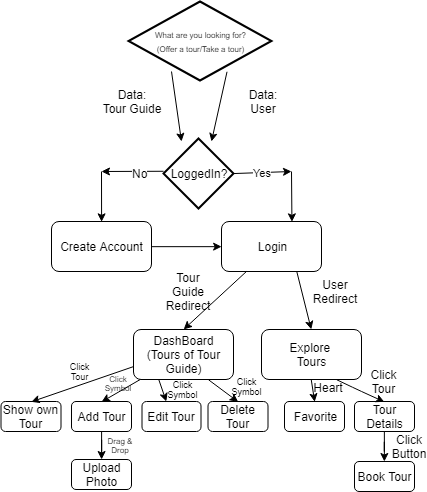
Earlier version of the draw.io export Application States/Wunderlust.png (wanderlust-1-0/wanderlust-FE). Source tidied: cells renumbered, new cells last; positions are measured from the earlier drawing's top-left corner, leaving out a move shared by most shapes. Source of this version:
```xml
<mxGraphModel>
  <root>
    <mxCell id="0" />
    <mxCell id="1" parent="0" />
    <mxCell id="2" value="Data:&lt;br&gt;User&lt;br&gt;" style="text;html=1;strokeColor=none;fillColor=none;align=center;verticalAlign=middle;whiteSpace=wrap;rounded=0;" parent="1" vertex="1">
      <mxGeometry x="221" y="90" width="80" height="20" as="geometry" />
    </mxCell>
    <mxCell id="3" value="Data:&lt;br&gt;Tour Guide&lt;br&gt;" style="text;html=1;strokeColor=none;fillColor=none;align=center;verticalAlign=middle;whiteSpace=wrap;rounded=0;" parent="1" vertex="1">
      <mxGeometry x="90" y="90" width="80" height="20" as="geometry" />
    </mxCell>
    <mxCell id="4" value="LoggedIn?" style="strokeWidth=2;html=1;shape=mxgraph.flowchart.decision;whiteSpace=wrap;" parent="1" vertex="1">
      <mxGeometry x="162" y="137" width="70" height="70" as="geometry" />
    </mxCell>
    <mxCell id="5" style="endArrow=classic;html=1;exitX=0;exitY=0.5;exitDx=0;exitDy=0;exitPerimeter=0;" parent="1" edge="1">
      <mxGeometry relative="1" as="geometry">
        <mxPoint x="162.1" y="169.8" as="sourcePoint" />
        <mxPoint x="100" y="170" as="targetPoint" />
      </mxGeometry>
    </mxCell>
    <mxCell id="6" value="No" style="text;html=1;align=center;verticalAlign=middle;labelBackgroundColor=#ffffff;" parent="5" vertex="1">
      <mxGeometry x="-0.22" y="2" relative="1" as="geometry" />
    </mxCell>
    <mxCell id="7" style="endArrow=classic;html=1;entryX=0.5;entryY=0;entryDx=0;entryDy=0;" parent="1" edge="1" target="8">
      <mxGeometry relative="1" as="geometry">
        <mxPoint x="100" y="170" as="sourcePoint" />
      </mxGeometry>
    </mxCell>
    <mxCell id="8" value="Create Account" style="rounded=1;whiteSpace=wrap;html=1;" parent="1" vertex="1">
      <mxGeometry x="50" y="220" width="100" height="50" as="geometry" />
    </mxCell>
    <mxCell id="9" value="Login" style="rounded=1;whiteSpace=wrap;html=1;" parent="1" vertex="1">
      <mxGeometry x="220" y="220" width="100" height="50" as="geometry" />
    </mxCell>
    <mxCell id="10" style="endArrow=classic;html=1;exitX=1;exitY=0.5;exitDx=0;exitDy=0;entryX=0;entryY=0.5;entryDx=0;entryDy=0;" parent="1" edge="1" source="8" target="9">
      <mxGeometry relative="1" as="geometry" />
    </mxCell>
    <mxCell id="11" value="Yes" style="endArrow=classic;html=1;exitX=1;exitY=0.5;exitDx=0;exitDy=0;exitPerimeter=0;" parent="1" edge="1" source="4">
      <mxGeometry relative="1" as="geometry">
        <mxPoint x="290" y="170" as="targetPoint" />
      </mxGeometry>
    </mxCell>
    <mxCell id="12" style="endArrow=classic;html=1;entryX=0.703;entryY=0.012;entryDx=0;entryDy=0;entryPerimeter=0;" parent="1" edge="1" target="9">
      <mxGeometry relative="1" as="geometry">
        <mxPoint x="290" y="170" as="sourcePoint" />
      </mxGeometry>
    </mxCell>
    <mxCell id="13" style="endArrow=classic;html=1;" parent="1" edge="1">
      <mxGeometry relative="1" as="geometry">
        <mxPoint x="170" y="70" as="sourcePoint" />
        <mxPoint x="180" y="140" as="targetPoint" />
      </mxGeometry>
    </mxCell>
    <mxCell id="14" style="endArrow=classic;html=1;exitX=0.75;exitY=1;exitDx=0;exitDy=0;" parent="1" edge="1">
      <mxGeometry relative="1" as="geometry">
        <mxPoint x="225.5" y="70.3" as="sourcePoint" />
        <mxPoint x="210" y="140" as="targetPoint" />
      </mxGeometry>
    </mxCell>
    <mxCell id="15" value="DashBoard&lt;br&gt;(Tours of Tour Guide)&lt;br&gt;" style="rounded=1;whiteSpace=wrap;html=1;" parent="1" vertex="1">
      <mxGeometry x="132" y="328" width="100" height="50" as="geometry" />
    </mxCell>
    <mxCell id="16" value="Explore&amp;nbsp;&lt;br&gt;Tours&lt;br&gt;" style="rounded=1;whiteSpace=wrap;html=1;" parent="1" vertex="1">
      <mxGeometry x="260" y="328" width="100" height="50" as="geometry" />
    </mxCell>
    <mxCell id="17" style="endArrow=classic;html=1;exitX=0.75;exitY=1;exitDx=0;exitDy=0;entryX=0.5;entryY=0;entryDx=0;entryDy=0;" parent="1" edge="1" source="9" target="16">
      <mxGeometry relative="1" as="geometry" />
    </mxCell>
    <mxCell id="18" style="endArrow=classic;html=1;exitX=0.25;exitY=1;exitDx=0;exitDy=0;entryX=0.5;entryY=0;entryDx=0;entryDy=0;" parent="1" edge="1" source="9" target="15">
      <mxGeometry relative="1" as="geometry" />
    </mxCell>
    <mxCell id="19" value="Tour Guide&lt;br&gt;Redirect&lt;br&gt;" style="text;html=1;strokeColor=none;fillColor=none;align=center;verticalAlign=middle;whiteSpace=wrap;rounded=0;" parent="1" vertex="1">
      <mxGeometry x="166.5" y="280" width="40" height="20" as="geometry" />
    </mxCell>
    <mxCell id="20" value="User&lt;br&gt;Redirect&lt;br&gt;" style="text;html=1;strokeColor=none;fillColor=none;align=center;verticalAlign=middle;whiteSpace=wrap;rounded=0;" parent="1" vertex="1">
      <mxGeometry x="313" y="280" width="40" height="20" as="geometry" />
    </mxCell>
    <mxCell id="21" style="edgeStyle=orthogonalEdgeStyle;rounded=0;jettySize=auto;html=1;" parent="1" edge="1" source="22" target="23">
      <mxGeometry relative="1" as="geometry" />
    </mxCell>
    <mxCell id="22" value="Add Tour&lt;br&gt;" style="rounded=1;whiteSpace=wrap;html=1;" parent="1" vertex="1">
      <mxGeometry x="70" y="400" width="60" height="30" as="geometry" />
    </mxCell>
    <mxCell id="23" value="Upload Photo&lt;br&gt;" style="rounded=1;whiteSpace=wrap;html=1;" parent="1" vertex="1">
      <mxGeometry x="70" y="458" width="60" height="30" as="geometry" />
    </mxCell>
    <mxCell id="24" value="Edit Tour&lt;br&gt;" style="rounded=1;whiteSpace=wrap;html=1;" parent="1" vertex="1">
      <mxGeometry x="140.5" y="400" width="59" height="30" as="geometry" />
    </mxCell>
    <mxCell id="25" value="Delete Tour&lt;br&gt;" style="rounded=1;whiteSpace=wrap;html=1;" parent="1" vertex="1">
      <mxGeometry x="206.5" y="400" width="60" height="30" as="geometry" />
    </mxCell>
    <mxCell id="26" style="endArrow=classic;html=1;exitX=0.25;exitY=1;exitDx=0;exitDy=0;" parent="1" edge="1" source="15" target="24">
      <mxGeometry relative="1" as="geometry" />
    </mxCell>
    <mxCell id="27" style="endArrow=classic;html=1;exitX=0.75;exitY=1;exitDx=0;exitDy=0;entryX=0.5;entryY=0;entryDx=0;entryDy=0;" parent="1" edge="1" source="15" target="25">
      <mxGeometry relative="1" as="geometry" />
    </mxCell>
    <mxCell id="28" style="endArrow=classic;html=1;entryX=0.5;entryY=0;entryDx=0;entryDy=0;" parent="1" edge="1" source="15" target="22">
      <mxGeometry relative="1" as="geometry" />
    </mxCell>
    <mxCell id="29" value="Favorite&lt;br&gt;" style="rounded=1;whiteSpace=wrap;html=1;" parent="1" vertex="1">
      <mxGeometry x="283" y="400" width="60" height="30" as="geometry" />
    </mxCell>
    <mxCell id="30" style="edgeStyle=orthogonalEdgeStyle;rounded=0;jettySize=auto;html=1;" parent="1" edge="1" source="31" target="35">
      <mxGeometry relative="1" as="geometry" />
    </mxCell>
    <mxCell id="31" value="Tour Details&lt;br&gt;" style="rounded=1;whiteSpace=wrap;html=1;" parent="1" vertex="1">
      <mxGeometry x="353" y="400" width="60" height="30" as="geometry" />
    </mxCell>
    <mxCell id="32" style="endArrow=classic;html=1;exitX=0.5;exitY=1;exitDx=0;exitDy=0;entryX=0.5;entryY=0;entryDx=0;entryDy=0;" parent="1" edge="1" source="16" target="29">
      <mxGeometry relative="1" as="geometry" />
    </mxCell>
    <mxCell id="33" style="endArrow=classic;html=1;exitX=0.75;exitY=1;exitDx=0;exitDy=0;entryX=0.5;entryY=0;entryDx=0;entryDy=0;" parent="1" edge="1" source="16" target="31">
      <mxGeometry relative="1" as="geometry">
        <Array as="points">
          <mxPoint x="360" y="390" />
        </Array>
      </mxGeometry>
    </mxCell>
    <mxCell id="34" value="&lt;font style=&quot;font-size: 8px&quot;&gt;What are you looking for?&lt;br&gt;(Offer a tour/Take a tour)&lt;/font&gt;&lt;br&gt;" style="strokeWidth=2;html=1;shape=mxgraph.flowchart.decision;whiteSpace=wrap;" parent="1" vertex="1">
      <mxGeometry x="127" width="143" height="79" as="geometry" />
    </mxCell>
    <mxCell id="35" value="Book Tour&lt;br&gt;" style="rounded=1;whiteSpace=wrap;html=1;" parent="1" vertex="1">
      <mxGeometry x="353" y="460" width="60" height="30" as="geometry" />
    </mxCell>
    <mxCell id="36" value="Click Tour" style="text;html=1;strokeColor=none;fillColor=none;align=center;verticalAlign=middle;whiteSpace=wrap;rounded=0;" parent="1" vertex="1">
      <mxGeometry x="370" y="374" width="24" height="12" as="geometry" />
    </mxCell>
    <mxCell id="37" value="Heart" style="text;html=1;strokeColor=none;fillColor=none;align=center;verticalAlign=middle;whiteSpace=wrap;rounded=0;" parent="1" vertex="1">
      <mxGeometry x="315" y="380" width="24" height="12" as="geometry" />
    </mxCell>
    <mxCell id="38" value="Click Button" style="text;html=1;strokeColor=none;fillColor=none;align=center;verticalAlign=middle;whiteSpace=wrap;rounded=0;" parent="1" vertex="1">
      <mxGeometry x="396" y="439" width="24" height="12" as="geometry" />
    </mxCell>
    <mxCell id="39" value="Show own Tour&lt;br&gt;" style="rounded=1;whiteSpace=wrap;html=1;" parent="1" vertex="1">
      <mxGeometry x="-0.5" y="400" width="60" height="30" as="geometry" />
    </mxCell>
    <mxCell id="40" style="endArrow=classic;html=1;entryX=0.5;entryY=0;entryDx=0;entryDy=0;exitX=0;exitY=0.75;exitDx=0;exitDy=0;" parent="1" edge="1" source="15" target="39">
      <mxGeometry relative="1" as="geometry" />
    </mxCell>
    <mxCell id="41" value="Click&lt;br style=&quot;font-size: 9px;&quot;&gt;Symbol&lt;br style=&quot;font-size: 9px;&quot;&gt;" style="text;html=1;strokeColor=none;fillColor=none;align=center;verticalAlign=middle;whiteSpace=wrap;rounded=0;fontSize=9;" parent="1" vertex="1">
      <mxGeometry x="233.5" y="379" width="24" height="12" as="geometry" />
    </mxCell>
    <mxCell id="42" value="Click&lt;br style=&quot;font-size: 9px;&quot;&gt;Symbol&lt;br style=&quot;font-size: 9px;&quot;&gt;" style="text;html=1;strokeColor=none;fillColor=none;align=center;verticalAlign=middle;whiteSpace=wrap;rounded=0;fontSize=9;" parent="1" vertex="1">
      <mxGeometry x="179" y="388" width="4" as="geometry" />
    </mxCell>
    <mxCell id="43" value="Click&lt;br style=&quot;font-size: 9px&quot;&gt;Tour&lt;br style=&quot;font-size: 9px&quot;&gt;" style="text;html=1;strokeColor=none;fillColor=none;align=center;verticalAlign=middle;whiteSpace=wrap;rounded=0;fontSize=9;" parent="1" vertex="1">
      <mxGeometry x="75" y="370" width="4" as="geometry" />
    </mxCell>
    <mxCell id="44" value="Click&lt;br style=&quot;font-size: 8px;&quot;&gt;Symbol&lt;br style=&quot;font-size: 8px;&quot;&gt;" style="text;html=1;strokeColor=none;fillColor=none;align=center;verticalAlign=middle;whiteSpace=wrap;rounded=0;fontSize=8;" parent="1" vertex="1">
      <mxGeometry x="114" y="382" width="4" as="geometry" />
    </mxCell>
    <mxCell id="45" value="Drag &amp;amp; Drop" style="text;html=1;strokeColor=none;fillColor=none;align=center;verticalAlign=middle;whiteSpace=wrap;rounded=0;fontSize=8;" parent="1" vertex="1">
      <mxGeometry x="99" y="434" width="40" height="20" as="geometry" />
    </mxCell>
  </root>
</mxGraphModel>
```
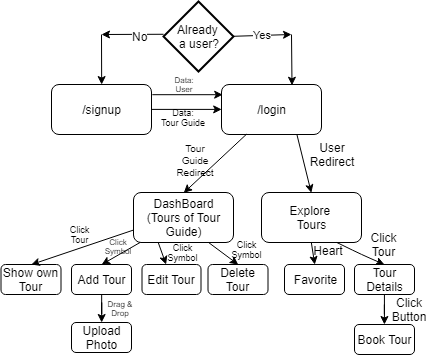
After the change.

What changed in the source:
```diff
@@ -2,13 +2,13 @@
   <root>
     <mxCell id="0" />
     <mxCell id="1" parent="0" />
-    <mxCell id="2" value="Data:&lt;br&gt;User&lt;br&gt;" style="text;html=1;strokeColor=none;fillColor=none;align=center;verticalAlign=middle;whiteSpace=wrap;rounded=0;" parent="1" vertex="1">
-      <mxGeometry x="221" y="90" width="80" height="20" as="geometry" />
+    <mxCell id="2" value="Data:&lt;br style=&quot;font-size: 8px;&quot;&gt;User&lt;br style=&quot;font-size: 8px;&quot;&gt;" style="text;html=1;strokeColor=none;fillColor=none;align=center;verticalAlign=middle;whiteSpace=wrap;rounded=0;fontSize=8;" parent="1" vertex="1">
+      <mxGeometry x="142.5" y="210" width="80" height="20" as="geometry" />
     </mxCell>
-    <mxCell id="3" value="Data:&lt;br&gt;Tour Guide&lt;br&gt;" style="text;html=1;strokeColor=none;fillColor=none;align=center;verticalAlign=middle;whiteSpace=wrap;rounded=0;" parent="1" vertex="1">
-      <mxGeometry x="90" y="90" width="80" height="20" as="geometry" />
+    <mxCell id="3" value="Data:&lt;br style=&quot;font-size: 9px;&quot;&gt;Tour Guide&lt;br style=&quot;font-size: 9px;&quot;&gt;" style="text;html=1;strokeColor=none;fillColor=none;align=center;verticalAlign=middle;whiteSpace=wrap;rounded=0;fontSize=9;" parent="1" vertex="1">
+      <mxGeometry x="141" y="243" width="80" height="20" as="geometry" />
     </mxCell>
-    <mxCell id="4" value="LoggedIn?" style="strokeWidth=2;html=1;shape=mxgraph.flowchart.decision;whiteSpace=wrap;" parent="1" vertex="1">
+    <mxCell id="4" value="Already&amp;nbsp;&lt;br&gt;a user?&lt;br&gt;" style="strokeWidth=2;html=1;shape=mxgraph.flowchart.decision;whiteSpace=wrap;" parent="1" vertex="1">
       <mxGeometry x="162" y="137" width="70" height="70" as="geometry" />
     </mxCell>
     <mxCell id="5" style="endArrow=classic;html=1;exitX=0;exitY=0.5;exitDx=0;exitDy=0;exitPerimeter=0;" parent="1" edge="1">
@@ -25,10 +25,10 @@
         <mxPoint x="100" y="170" as="sourcePoint" />
       </mxGeometry>
     </mxCell>
-    <mxCell id="8" value="Create Account" style="rounded=1;whiteSpace=wrap;html=1;" parent="1" vertex="1">
+    <mxCell id="8" value="/signup" style="rounded=1;whiteSpace=wrap;html=1;" parent="1" vertex="1">
       <mxGeometry x="50" y="220" width="100" height="50" as="geometry" />
     </mxCell>
-    <mxCell id="9" value="Login" style="rounded=1;whiteSpace=wrap;html=1;" parent="1" vertex="1">
+    <mxCell id="9" value="/login" style="rounded=1;whiteSpace=wrap;html=1;" parent="1" vertex="1">
       <mxGeometry x="220" y="220" width="100" height="50" as="geometry" />
     </mxCell>
     <mxCell id="10" style="endArrow=classic;html=1;exitX=1;exitY=0.5;exitDx=0;exitDy=0;entryX=0;entryY=0.5;entryDx=0;entryDy=0;" parent="1" edge="1" source="8" target="9">
@@ -44,18 +44,6 @@
         <mxPoint x="290" y="170" as="sourcePoint" />
       </mxGeometry>
     </mxCell>
-    <mxCell id="13" style="endArrow=classic;html=1;" parent="1" edge="1">
-      <mxGeometry relative="1" as="geometry">
-        <mxPoint x="170" y="70" as="sourcePoint" />
-        <mxPoint x="180" y="140" as="targetPoint" />
-      </mxGeometry>
-    </mxCell>
-    <mxCell id="14" style="endArrow=classic;html=1;exitX=0.75;exitY=1;exitDx=0;exitDy=0;" parent="1" edge="1">
-      <mxGeometry relative="1" as="geometry">
-        <mxPoint x="225.5" y="70.3" as="sourcePoint" />
-        <mxPoint x="210" y="140" as="targetPoint" />
-      </mxGeometry>
-    </mxCell>
     <mxCell id="15" value="DashBoard&lt;br&gt;(Tours of Tour Guide)&lt;br&gt;" style="rounded=1;whiteSpace=wrap;html=1;" parent="1" vertex="1">
       <mxGeometry x="132" y="328" width="100" height="50" as="geometry" />
     </mxCell>
@@ -68,11 +56,11 @@
     <mxCell id="18" style="endArrow=classic;html=1;exitX=0.25;exitY=1;exitDx=0;exitDy=0;entryX=0.5;entryY=0;entryDx=0;entryDy=0;" parent="1" edge="1" source="9" target="15">
       <mxGeometry relative="1" as="geometry" />
     </mxCell>
-    <mxCell id="19" value="Tour Guide&lt;br&gt;Redirect&lt;br&gt;" style="text;html=1;strokeColor=none;fillColor=none;align=center;verticalAlign=middle;whiteSpace=wrap;rounded=0;" parent="1" vertex="1">
-      <mxGeometry x="166.5" y="280" width="40" height="20" as="geometry" />
+    <mxCell id="19" value="Tour Guide&lt;br style=&quot;font-size: 10px;&quot;&gt;Redirect&lt;br style=&quot;font-size: 10px;&quot;&gt;" style="text;html=1;strokeColor=none;fillColor=none;align=center;verticalAlign=middle;whiteSpace=wrap;rounded=0;fontSize=10;" parent="1" vertex="1">
+      <mxGeometry x="173.5" y="286" width="40" height="20" as="geometry" />
     </mxCell>
     <mxCell id="20" value="User&lt;br&gt;Redirect&lt;br&gt;" style="text;html=1;strokeColor=none;fillColor=none;align=center;verticalAlign=middle;whiteSpace=wrap;rounded=0;" parent="1" vertex="1">
-      <mxGeometry x="313" y="280" width="40" height="20" as="geometry" />
+      <mxGeometry x="310" y="280" width="40" height="20" as="geometry" />
     </mxCell>
     <mxCell id="21" style="edgeStyle=orthogonalEdgeStyle;rounded=0;jettySize=auto;html=1;" parent="1" edge="1" source="22" target="23">
       <mxGeometry relative="1" as="geometry" />
@@ -117,9 +105,6 @@
         </Array>
       </mxGeometry>
     </mxCell>
-    <mxCell id="34" value="&lt;font style=&quot;font-size: 8px&quot;&gt;What are you looking for?&lt;br&gt;(Offer a tour/Take a tour)&lt;/font&gt;&lt;br&gt;" style="strokeWidth=2;html=1;shape=mxgraph.flowchart.decision;whiteSpace=wrap;" parent="1" vertex="1">
-      <mxGeometry x="127" width="143" height="79" as="geometry" />
-    </mxCell>
     <mxCell id="35" value="Book Tour&lt;br&gt;" style="rounded=1;whiteSpace=wrap;html=1;" parent="1" vertex="1">
       <mxGeometry x="353" y="460" width="60" height="30" as="geometry" />
     </mxCell>
@@ -153,5 +138,11 @@
     <mxCell id="45" value="Drag &amp;amp; Drop" style="text;html=1;strokeColor=none;fillColor=none;align=center;verticalAlign=middle;whiteSpace=wrap;rounded=0;fontSize=8;" parent="1" vertex="1">
       <mxGeometry x="99" y="434" width="40" height="20" as="geometry" />
     </mxCell>
+    <mxCell id="46" style="endArrow=classic;html=1;exitX=1;exitY=0.5;exitDx=0;exitDy=0;entryX=0;entryY=0.5;entryDx=0;entryDy=0;" parent="1" edge="1">
+      <mxGeometry relative="1" as="geometry">
+        <mxPoint x="150.8" y="230.2" as="sourcePoint" />
+        <mxPoint x="221.2" y="230.2" as="targetPoint" />
+      </mxGeometry>
+    </mxCell>
   </root>
 </mxGraphModel>
```
